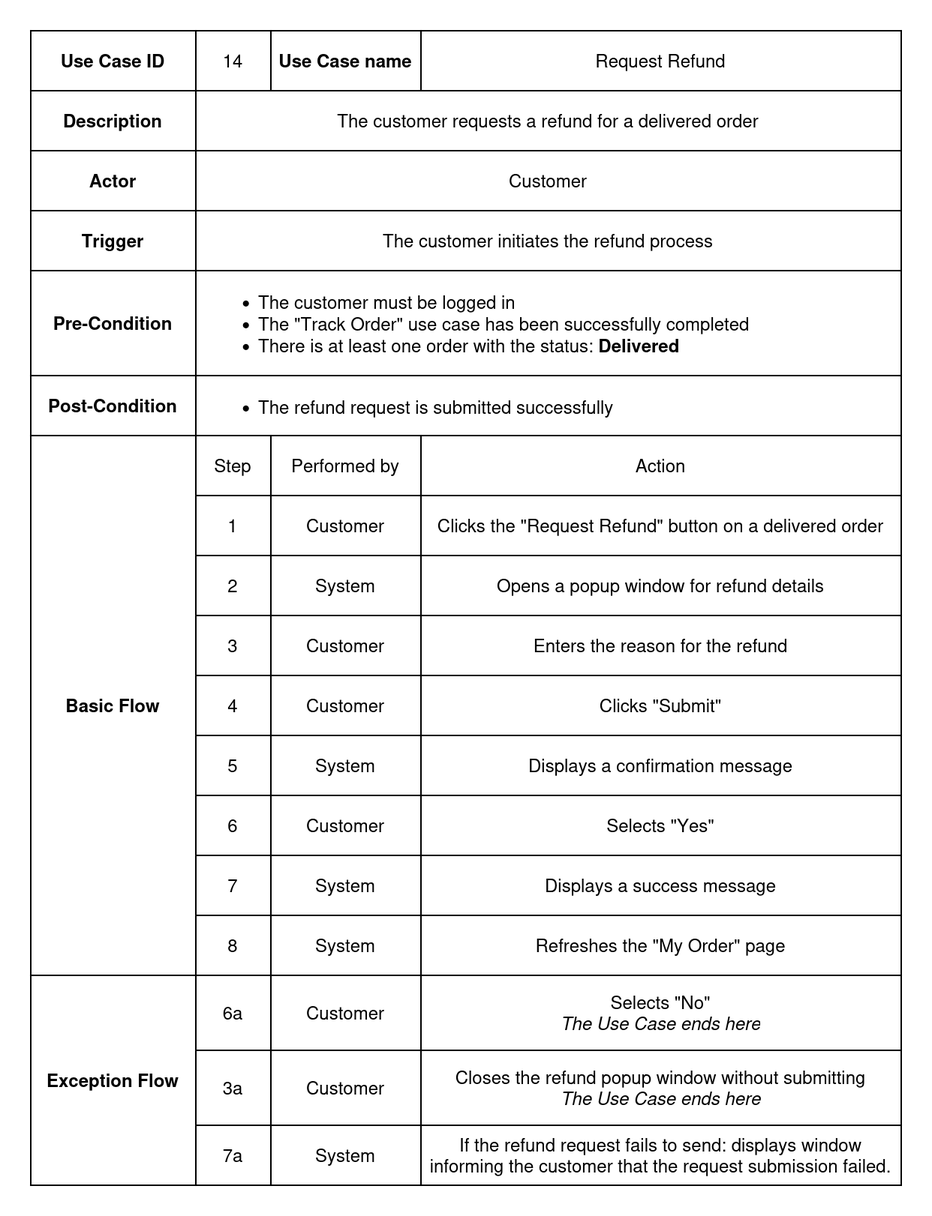
Above: documentation/Images/usecase_metadata_card/uc_14_request_refund.drawio.png in auphong2707/pttkht-laptopshop-management-web-application (draw.io), before the change. Source tidied: cells renumbered, new cells last; positions are measured from the earlier drawing's top-left corner, leaving out a move shared by most shapes.
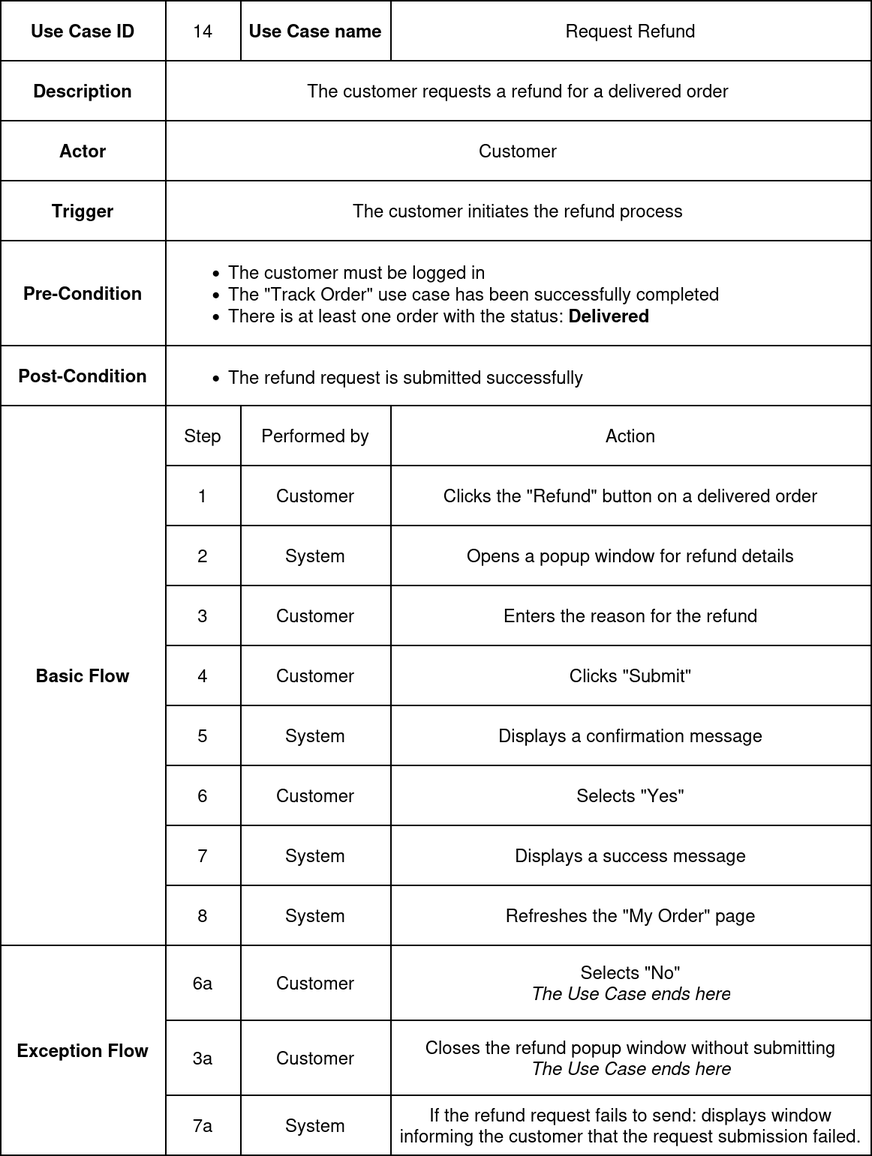
Later version of the same file.

The edit, as a diff of the source:
```diff
@@ -89,7 +89,7 @@
     <mxCell id="30" value="Customer" style="shape=partialRectangle;html=1;whiteSpace=wrap;strokeColor=inherit;overflow=hidden;fillColor=none;top=0;left=0;bottom=0;right=0;" parent="28" vertex="1">
       <mxGeometry x="160" width="100" height="40" as="geometry" />
     </mxCell>
-    <mxCell id="31" value="Clicks the &lt;span&gt;&quot;&lt;/span&gt;&lt;span&gt;Request Refund&quot;&lt;/span&gt; button on a delivered order" style="shape=partialRectangle;html=1;whiteSpace=wrap;strokeColor=inherit;overflow=hidden;fillColor=none;top=0;left=0;bottom=0;right=0;fontStyle=0;" parent="28" vertex="1">
+    <mxCell id="31" value="Clicks the &lt;span&gt;&quot;&lt;/span&gt;&lt;span&gt;Refund&quot;&lt;/span&gt; button on a delivered order" style="shape=partialRectangle;html=1;whiteSpace=wrap;strokeColor=inherit;overflow=hidden;fillColor=none;top=0;left=0;bottom=0;right=0;fontStyle=0;" parent="28" vertex="1">
       <mxGeometry x="260" width="320" height="40" as="geometry" />
     </mxCell>
     <mxCell id="32" style="shape=tableRow;horizontal=0;startSize=0;swimlaneHead=0;swimlaneBody=0;strokeColor=inherit;top=0;left=0;bottom=0;right=0;fillColor=none;" parent="2" vertex="1">
```
